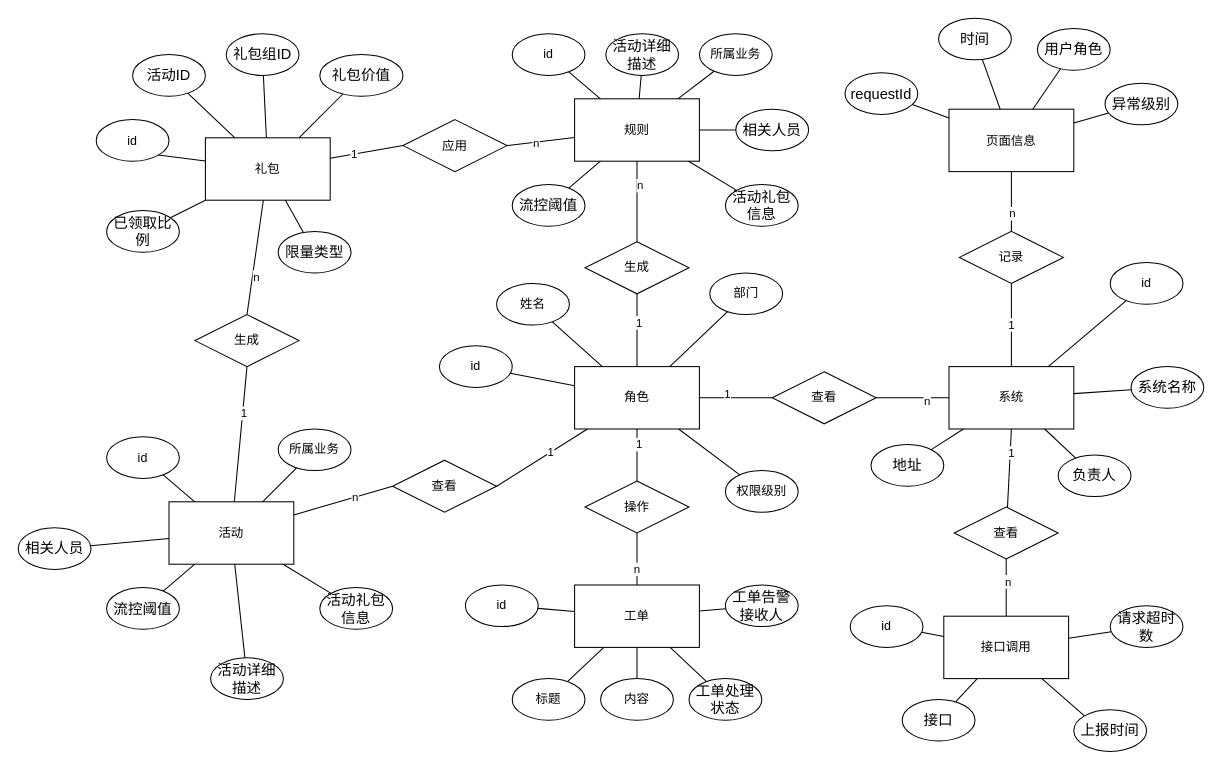
Before: 数据库E-R图.drawio in FelixTt/repositoryForDraw.io, a draw.io diagram. Source tidied: cells renumbered, new cells numbered last; positions are measured from the earlier drawing's top-left corner, leaving out a move shared by most shapes. Both pictures are drawn from the tidied source at 104%, with x=0, y=0 at pixel (18, 18).
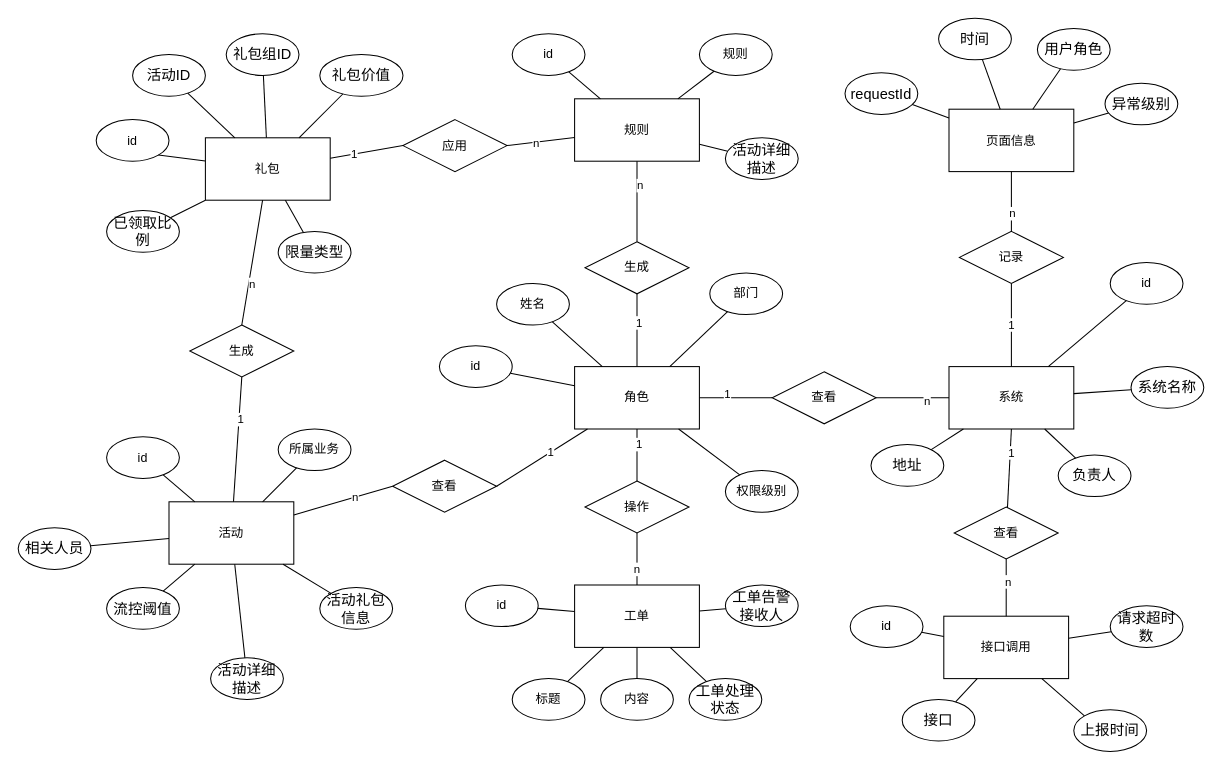
The same diagram, later.

Commit message (it also covers changes not shown here):
更新数据库E-R图.drawio

The change refers to these unchanged cells:
```xml
<mxCell id="102" value="规则" style="rounded=0;whiteSpace=wrap;html=1;" parent="1" vertex="1">
  <mxGeometry x="535" y="77.5" width="120" height="60" as="geometry" />
</mxCell>
```

Diff of the diagram source:
```diff
@@
     <mxCell id="22" value="生成" style="rhombus;whiteSpace=wrap;html=1;" parent="1" vertex="1">
-      <mxGeometry x="170" y="285" width="100" height="50" as="geometry" />
+      <mxGeometry x="165" y="295" width="100" height="50" as="geometry" />
     </mxCell>
@@
     <mxCell id="106" value="&lt;p class=&quot;MsoNormal&quot;&gt;&lt;span style=&quot;mso-spacerun:'yes';font-family:宋体;font-size:10.5000pt;&lt;br/&gt;mso-font-kerning:1.0000pt;&quot;&gt;活动详细描述&lt;/span&gt;&lt;/p&gt;" style="ellipse;whiteSpace=wrap;html=1;" parent="1" vertex="1">
-      <mxGeometry x="565" y="15" width="70" height="40" as="geometry" />
+      <mxGeometry x="680" y="115" width="70" height="40" as="geometry" />
     </mxCell>
-    <mxCell id="107" value="&lt;p class=&quot;MsoNormal&quot;&gt;所属业务&lt;/p&gt;" style="ellipse;whiteSpace=wrap;html=1;" parent="1" vertex="1">
+    <mxCell id="107" value="&lt;p class=&quot;MsoNormal&quot;&gt;规则&lt;/p&gt;" style="ellipse;whiteSpace=wrap;html=1;" parent="1" vertex="1">
       <mxGeometry x="655" y="15" width="70" height="40" as="geometry" />
     </mxCell>
-    <mxCell id="108" value="&lt;p class=&quot;MsoNormal&quot;&gt;&lt;span style=&quot;mso-spacerun:'yes';font-family:宋体;font-size:10.5000pt;&lt;br/&gt;mso-font-kerning:1.0000pt;&quot;&gt;相关人员&lt;/span&gt;&lt;/p&gt;" style="ellipse;whiteSpace=wrap;html=1;" parent="1" vertex="1">
-      <mxGeometry x="690" y="87.5" width="70" height="40" as="geometry" />
-    </mxCell>
-    <mxCell id="109" value="&lt;p class=&quot;MsoNormal&quot;&gt;&lt;span style=&quot;mso-spacerun:'yes';font-family:宋体;font-size:10.5000pt;&lt;br/&gt;mso-font-kerning:1.0000pt;&quot;&gt;流控阈值&lt;/span&gt;&lt;/p&gt;" style="ellipse;whiteSpace=wrap;html=1;" parent="1" vertex="1">
-      <mxGeometry x="475" y="160" width="70" height="40" as="geometry" />
-    </mxCell>
-    <mxCell id="110" value="&lt;p class=&quot;MsoNormal&quot;&gt;&lt;span style=&quot;mso-spacerun:'yes';font-family:宋体;font-size:10.5000pt;&lt;br/&gt;mso-font-kerning:1.0000pt;&quot;&gt;活动礼包信息&lt;/span&gt;&lt;/p&gt;" style="ellipse;whiteSpace=wrap;html=1;" parent="1" vertex="1">
-      <mxGeometry x="680" y="160" width="70" height="40" as="geometry" />
-    </mxCell>
@@
-    <mxCell id="114" style="endArrow=none;html=1;rounded=0;" parent="1" edge="1" source="108" target="102">
-      <mxGeometry relative="1" as="geometry" />
-    </mxCell>
-    <mxCell id="115" style="endArrow=none;html=1;rounded=0;" parent="1" edge="1" source="109" target="102">
-      <mxGeometry relative="1" as="geometry" />
-    </mxCell>
-    <mxCell id="116" style="endArrow=none;html=1;rounded=0;" parent="1" edge="1" source="110" target="102">
-      <mxGeometry relative="1" as="geometry" />
-    </mxCell>
```
